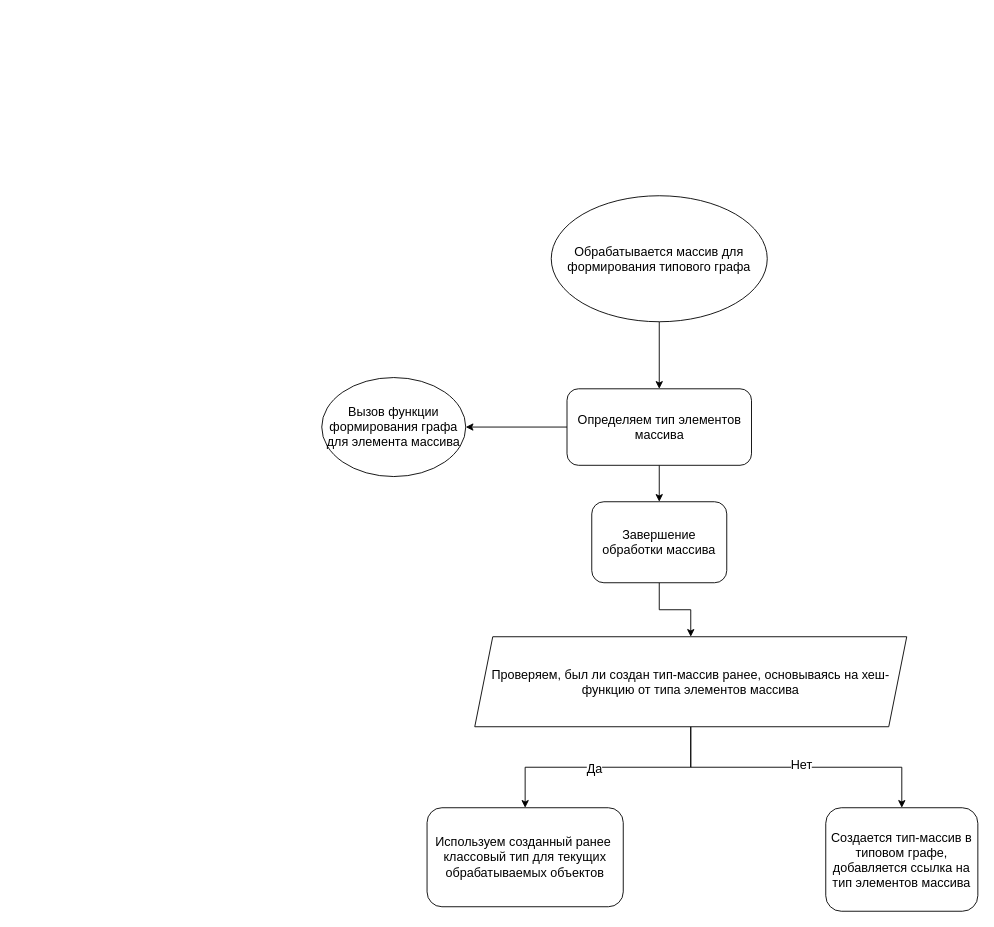
Above: doc/Обработка массива для типового графа.drawio in mrsadman99/quicktypeJsonToJsonSchema (draw.io), before the change. Source tidied: cells renumbered, new cells numbered last; positions are measured from the earlier drawing's top-left corner, leaving out a move shared by most shapes. Both pictures are drawn from the tidied source at 90%, with x=0, y=0 at pixel (321, 195).
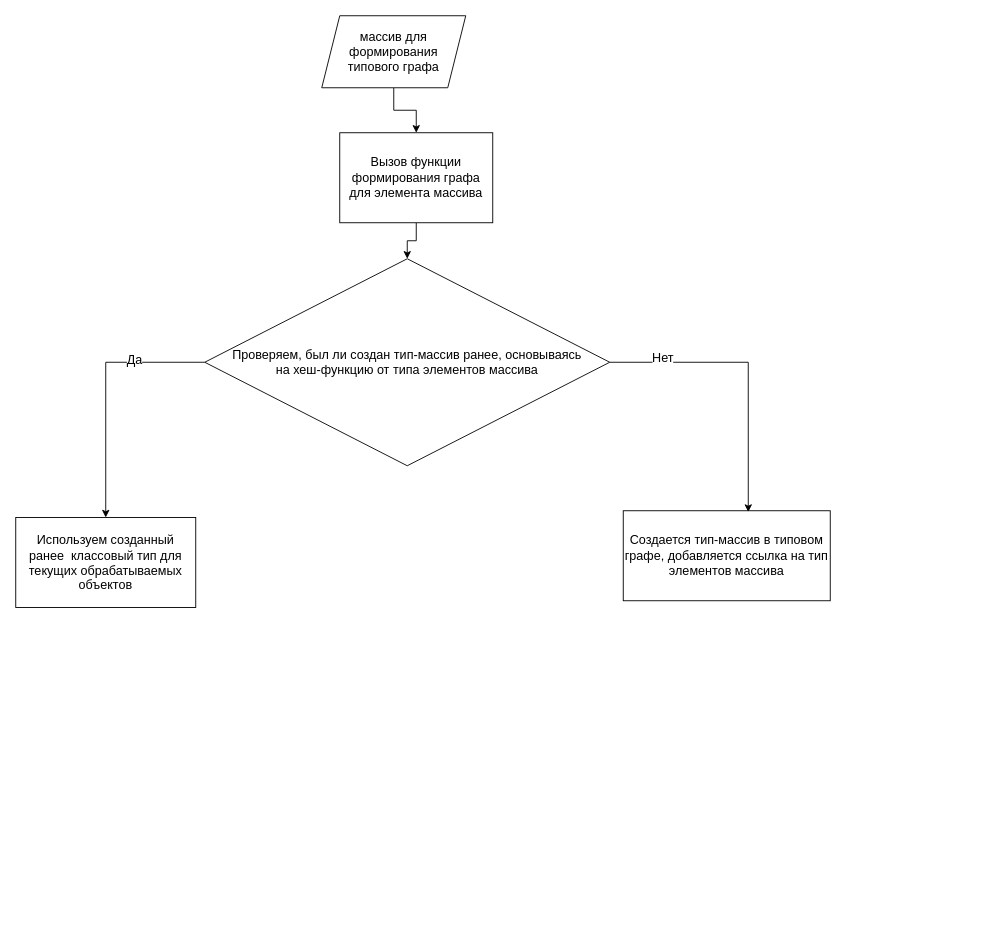
The same diagram, later.

Change to the diagram source:
```diff
@@
 <mxGraphModel>
   <root>
     <mxCell id="0" />
     <mxCell id="1" parent="0" />
-    <mxCell id="2" style="edgeStyle=orthogonalEdgeStyle;rounded=0;jettySize=auto;html=1;fontSize=14;exitX=0.5;exitY=1;exitDx=0;exitDy=0;" parent="1" edge="1" source="8" target="5">
-      <mxGeometry relative="1" as="geometry" />
-    </mxCell>
-    <mxCell id="3" style="edgeStyle=orthogonalEdgeStyle;rounded=0;jettySize=auto;html=1;entryX=1;entryY=0.5;entryDx=0;entryDy=0;fontSize=14;exitX=0;exitY=0.5;exitDx=0;exitDy=0;" parent="1" edge="1" source="5" target="9">
-      <mxGeometry relative="1" as="geometry" />
-    </mxCell>
-    <mxCell id="4" style="edgeStyle=orthogonalEdgeStyle;rounded=0;jettySize=auto;html=1;fontSize=14;" parent="1" edge="1" source="5" target="7">
-      <mxGeometry relative="1" as="geometry" />
-    </mxCell>
-    <mxCell id="5" value="Определяем тип элементов массива" style="rounded=1;whiteSpace=wrap;html=1;fontSize=14;" parent="1" vertex="1">
-      <mxGeometry x="272.5" y="214.5" width="205" height="85" as="geometry" />
-    </mxCell>
-    <mxCell id="6" style="edgeStyle=orthogonalEdgeStyle;rounded=0;jettySize=auto;html=1;entryX=0.5;entryY=0;entryDx=0;entryDy=0;fontSize=14;" parent="1" edge="1" source="7" target="16">
-      <mxGeometry relative="1" as="geometry" />
-    </mxCell>
-    <mxCell id="7" value="Завершение обработки массива" style="rounded=1;whiteSpace=wrap;html=1;fontSize=14;" parent="1" vertex="1">
-      <mxGeometry x="300" y="340" width="150" height="90" as="geometry" />
-    </mxCell>
-    <mxCell id="8" value="Обрабатывается массив для формирования типового графа" style="ellipse;whiteSpace=wrap;html=1;fontSize=14;" parent="1" vertex="1">
-      <mxGeometry x="255" width="240" height="140" as="geometry" />
-    </mxCell>
+    <mxCell id="17" style="edgeStyle=orthogonalEdgeStyle;rounded=0;jettySize=auto;html=1;fontSize=14;" parent="1" edge="1" source="18" target="9">
+      <mxGeometry relative="1" as="geometry" />
+    </mxCell>
+    <mxCell id="18" value="&lt;span style=&quot;font-size: 14px;&quot;&gt;массив для формирования типового графа&lt;/span&gt;" style="shape=parallelogram;perimeter=parallelogramPerimeter;whiteSpace=wrap;html=1;fixedSize=1;fontSize=14;" parent="1" vertex="1">
+      <mxGeometry y="-200" width="160" height="80" as="geometry" />
+    </mxCell>
+    <mxCell id="19" style="edgeStyle=orthogonalEdgeStyle;rounded=0;jettySize=auto;html=1;entryX=0.5;entryY=0;entryDx=0;entryDy=0;fontSize=14;" parent="1" edge="1" source="9" target="16">
+      <mxGeometry relative="1" as="geometry" />
+    </mxCell>
-    <mxCell id="9" value="Вызов функции формирования графа для элемента массива" style="ellipse;whiteSpace=wrap;html=1;fontSize=14;" parent="1" vertex="1">
-      <mxGeometry y="202" width="160" height="110" as="geometry" />
+    <mxCell id="9" value="&lt;span style=&quot;font-size: 14px;&quot;&gt;Вызов функции формирования графа для элемента массива&lt;/span&gt;" style="rounded=0;whiteSpace=wrap;html=1;fontSize=14;" parent="1" vertex="1">
+      <mxGeometry x="20" y="-70" width="170" height="100" as="geometry" />
     </mxCell>
+    <mxCell id="13" style="edgeStyle=orthogonalEdgeStyle;rounded=0;jettySize=auto;html=1;entryX=0.5;entryY=0;entryDx=0;entryDy=0;fontSize=14;" parent="1" edge="1" source="16" target="15">
+      <mxGeometry relative="1" as="geometry" />
+    </mxCell>
+    <mxCell id="14" value="Да" style="edgeLabel;html=1;align=center;verticalAlign=middle;fontSize=14;" parent="13" vertex="1">
+      <mxGeometry x="-0.44" y="-3" relative="1" as="geometry" />
+    </mxCell>
+    <mxCell id="16" value="&lt;span style=&quot;font-size: 14px;&quot;&gt;Проверяем, был ли создан тип-массив ранее, основываясь на хеш-функцию от типа элементов массива&lt;/span&gt;" style="rhombus;whiteSpace=wrap;html=1;spacingLeft=26;spacingRight=26;fontSize=14;" parent="1" vertex="1">
+      <mxGeometry x="-130" y="70" width="450" height="230" as="geometry" />
+    </mxCell>
+    <mxCell id="15" value="&lt;span style=&quot;font-size: 14px;&quot;&gt;Используем созданный ранее&amp;nbsp; классовый тип для текущих обрабатываемых объектов&lt;/span&gt;" style="rounded=0;whiteSpace=wrap;html=1;fontSize=14;" parent="1" vertex="1">
+      <mxGeometry x="-340" y="357.5" width="200" height="100" as="geometry" />
+    </mxCell>
+    <mxCell id="12" value="&lt;span style=&quot;font-size: 14px;&quot;&gt;Создается тип-массив в типовом графе, добавляется ссылка на тип элементов массива&lt;/span&gt;" style="rounded=0;whiteSpace=wrap;html=1;fontSize=14;" parent="1" vertex="1">
+      <mxGeometry x="335" y="350" width="230" height="100" as="geometry" />
+    </mxCell>
-    <mxCell id="10" style="edgeStyle=orthogonalEdgeStyle;rounded=0;jettySize=auto;html=1;fontSize=14;" parent="1" edge="1" source="16" target="12">
+    <mxCell id="10" style="edgeStyle=orthogonalEdgeStyle;rounded=0;jettySize=auto;html=1;entryX=0.604;entryY=0.014;entryDx=0;entryDy=0;entryPerimeter=0;fontSize=14;" parent="1" edge="1" source="16" target="12">
       <mxGeometry relative="1" as="geometry" />
     </mxCell>
     <mxCell id="11" value="Нет" style="edgeLabel;html=1;align=center;verticalAlign=middle;fontSize=14;" parent="10" vertex="1">
-      <mxGeometry x="0.03" y="4" relative="1" as="geometry" />
+      <mxGeometry x="-0.64" y="6" relative="1" as="geometry" />
     </mxCell>
-    <mxCell id="12" value="Создается тип-массив в типовом графе, добавляется ссылка на тип элементов массива" style="rounded=1;whiteSpace=wrap;html=1;fontSize=14;" parent="1" vertex="1">
-      <mxGeometry x="560" y="680" width="169" height="115" as="geometry" />
-    </mxCell>
-    <mxCell id="13" style="edgeStyle=orthogonalEdgeStyle;rounded=0;jettySize=auto;html=1;entryX=0.5;entryY=0;entryDx=0;entryDy=0;fontSize=14;" parent="1" edge="1" source="16" target="15">
-      <mxGeometry relative="1" as="geometry" />
-    </mxCell>
-    <mxCell id="14" value="Да" style="edgeLabel;html=1;align=center;verticalAlign=middle;fontSize=14;" parent="13" vertex="1">
-      <mxGeometry x="0.12" y="1" relative="1" as="geometry" />
-    </mxCell>
-    <mxCell id="15" value="Используем созданный ранее&amp;nbsp; классовый тип для текущих обрабатываемых объектов" style="rounded=1;whiteSpace=wrap;html=1;fontSize=14;" parent="1" vertex="1">
-      <mxGeometry x="117" y="680" width="218" height="110" as="geometry" />
-    </mxCell>
-    <mxCell id="16" value="Проверяем, был ли создан тип-массив ранее, основываясь на хеш-функцию от типа элементов массива" style="shape=parallelogram;perimeter=parallelogramPerimeter;whiteSpace=wrap;html=1;fixedSize=1;fontSize=14;" parent="1" vertex="1">
-      <mxGeometry x="170" y="490" width="480" height="100" as="geometry" />
-    </mxCell>
   </root>
 </mxGraphModel>
```
